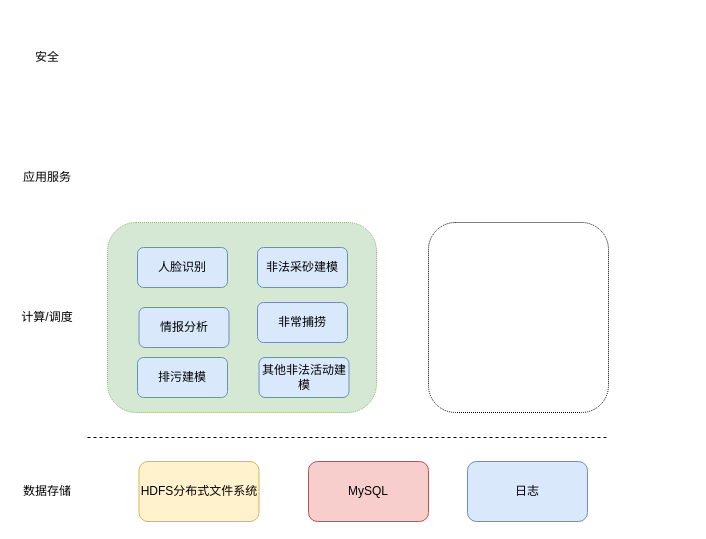
Above: 技术架构.drawio in liusheding001/draw.io (draw.io), before the change. Source tidied: cells renumbered, new cells numbered last; positions are measured from the earlier drawing's top-left corner, leaving out a move shared by most shapes. Both pictures are drawn from the tidied source at 100%, with x=0, y=0 at pixel (17, 47).
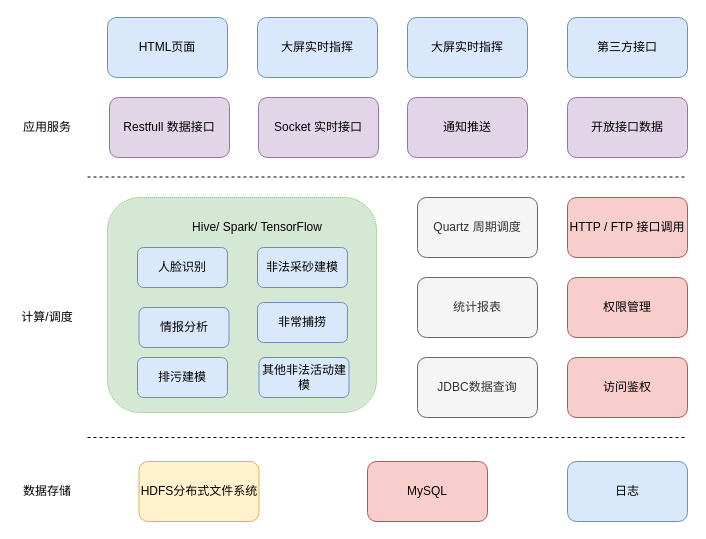
Above is the later version.

Commit message (it also covers changes not shown here):
更新技术架构.drawio

The edit, as a diff of the source:
```diff
@@
     <mxCell id="3" value="MySQL" style="rounded=1;whiteSpace=wrap;html=1;fillColor=#f8cecc;strokeColor=#b85450;" parent="1" vertex="1">
-      <mxGeometry x="291" y="414" width="120" height="60" as="geometry" />
+      <mxGeometry x="350" y="414" width="120" height="60" as="geometry" />
     </mxCell>
     <mxCell id="4" style="endArrow=none;dashed=1;html=1;" parent="1" edge="1">
       <mxGeometry relative="1" as="geometry">
         <mxPoint x="70" y="390" as="sourcePoint" />
-        <mxPoint x="590" y="390" as="targetPoint" />
+        <mxPoint x="670" y="390" as="targetPoint" />
         <Array as="points">
           <mxPoint x="350" y="390" />
         </Array>
       </mxGeometry>
     </mxCell>
@@
     <mxCell id="6" value="日志" style="rounded=1;whiteSpace=wrap;html=1;fillColor=#dae8fc;strokeColor=#6c8ebf;" parent="1" vertex="1">
-      <mxGeometry x="450" y="414" width="120" height="60" as="geometry" />
+      <mxGeometry x="550" y="414" width="120" height="60" as="geometry" />
     </mxCell>
@@
     <mxCell id="8" value="应用服务" style="text;html=1;strokeColor=none;fillColor=none;align=center;verticalAlign=middle;whiteSpace=wrap;rounded=0;" parent="1" vertex="1">
-      <mxGeometry y="120" width="60" height="20" as="geometry" />
+      <mxGeometry y="70" width="60" height="20" as="geometry" />
     </mxCell>
-    <mxCell id="9" value="安全" style="text;html=1;strokeColor=none;fillColor=none;align=center;verticalAlign=middle;whiteSpace=wrap;rounded=0;" parent="1" vertex="1">
-      <mxGeometry width="60" height="20" as="geometry" />
-    </mxCell>
     <mxCell id="10" style="rounded=1;whiteSpace=wrap;html=1;dashed=1;dashPattern=1 1;fillColor=#d5e8d4;strokeColor=#82b366;" parent="1" vertex="1">
-      <mxGeometry x="90" y="175" width="269" height="190" as="geometry" />
+      <mxGeometry x="90" y="150" width="269" height="215" as="geometry" />
     </mxCell>
-    <mxCell id="11" style="rounded=1;whiteSpace=wrap;html=1;dashed=1;dashPattern=1 1;" parent="1" vertex="1">
-      <mxGeometry x="411" y="175" width="180" height="190" as="geometry" />
-    </mxCell>
@@
+    <mxCell id="18" value="Quartz 周期调度" style="rounded=1;whiteSpace=wrap;html=1;fillColor=#f5f5f5;strokeColor=#666666;fontColor=#333333;" parent="1" vertex="1">
+      <mxGeometry x="400" y="150" width="120" height="60" as="geometry" />
+    </mxCell>
+    <mxCell id="19" value="统计报表" style="rounded=1;whiteSpace=wrap;html=1;fillColor=#f5f5f5;strokeColor=#666666;fontColor=#333333;" parent="1" vertex="1">
+      <mxGeometry x="400" y="230" width="120" height="60" as="geometry" />
+    </mxCell>
+    <mxCell id="20" value="Restfull 数据接口" style="rounded=1;whiteSpace=wrap;html=1;fillColor=#e1d5e7;strokeColor=#9673a6;" parent="1" vertex="1">
+      <mxGeometry x="92" y="50" width="120" height="60" as="geometry" />
+    </mxCell>
+    <mxCell id="21" value="Socket 实时接口" style="rounded=1;whiteSpace=wrap;html=1;fillColor=#e1d5e7;strokeColor=#9673a6;" parent="1" vertex="1">
+      <mxGeometry x="241" y="50" width="120" height="60" as="geometry" />
+    </mxCell>
+    <mxCell id="22" value="Hive/ Spark/ TensorFlow" style="text;html=1;strokeColor=none;fillColor=none;align=center;verticalAlign=middle;whiteSpace=wrap;rounded=0;" parent="1" vertex="1">
+      <mxGeometry x="170" y="170" width="140" height="20" as="geometry" />
+    </mxCell>
+    <mxCell id="23" value="HTML页面" style="rounded=1;whiteSpace=wrap;html=1;fillColor=#dae8fc;strokeColor=#6c8ebf;" parent="1" vertex="1">
+      <mxGeometry x="90" y="-30" width="120" height="60" as="geometry" />
+    </mxCell>
+    <mxCell id="24" value="大屏实时指挥" style="rounded=1;whiteSpace=wrap;html=1;fillColor=#dae8fc;strokeColor=#6c8ebf;" parent="1" vertex="1">
+      <mxGeometry x="240" y="-30" width="120" height="60" as="geometry" />
+    </mxCell>
+    <mxCell id="25" value="通知推送" style="rounded=1;whiteSpace=wrap;html=1;fillColor=#e1d5e7;strokeColor=#9673a6;" parent="1" vertex="1">
+      <mxGeometry x="390" y="50" width="120" height="60" as="geometry" />
+    </mxCell>
+    <mxCell id="26" value="开放接口数据" style="rounded=1;whiteSpace=wrap;html=1;fillColor=#e1d5e7;strokeColor=#9673a6;" parent="1" vertex="1">
+      <mxGeometry x="550" y="50" width="120" height="60" as="geometry" />
+    </mxCell>
+    <mxCell id="27" value="大屏实时指挥" style="rounded=1;whiteSpace=wrap;html=1;fillColor=#dae8fc;strokeColor=#6c8ebf;" parent="1" vertex="1">
+      <mxGeometry x="390" y="-30" width="120" height="60" as="geometry" />
+    </mxCell>
+    <mxCell id="28" value="第三方接口" style="rounded=1;whiteSpace=wrap;html=1;fillColor=#dae8fc;strokeColor=#6c8ebf;" parent="1" vertex="1">
+      <mxGeometry x="550" y="-30" width="120" height="60" as="geometry" />
+    </mxCell>
+    <mxCell id="29" value="JDBC数据查询" style="rounded=1;whiteSpace=wrap;html=1;fillColor=#f5f5f5;strokeColor=#666666;fontColor=#333333;" parent="1" vertex="1">
+      <mxGeometry x="400" y="310" width="120" height="60" as="geometry" />
+    </mxCell>
+    <mxCell id="30" value="HTTP / FTP 接口调用" style="rounded=1;whiteSpace=wrap;html=1;fillColor=#f8cecc;strokeColor=#b85450;" parent="1" vertex="1">
+      <mxGeometry x="550" y="150" width="120" height="60" as="geometry" />
+    </mxCell>
+    <mxCell id="31" value="权限管理" style="rounded=1;whiteSpace=wrap;html=1;fillColor=#f8cecc;strokeColor=#b85450;" parent="1" vertex="1">
+      <mxGeometry x="550" y="230" width="120" height="60" as="geometry" />
+    </mxCell>
+    <mxCell id="32" value="访问鉴权" style="rounded=1;whiteSpace=wrap;html=1;fillColor=#f8cecc;strokeColor=#b85450;" parent="1" vertex="1">
+      <mxGeometry x="550" y="310" width="120" height="60" as="geometry" />
+    </mxCell>
+    <mxCell id="33" style="endArrow=none;dashed=1;html=1;" parent="1" edge="1">
+      <mxGeometry relative="1" as="geometry">
+        <mxPoint x="70" y="129.5" as="sourcePoint" />
+        <mxPoint x="670" y="129.5" as="targetPoint" />
+        <Array as="points">
+          <mxPoint x="350" y="129.5" />
+        </Array>
+      </mxGeometry>
+    </mxCell>
```
